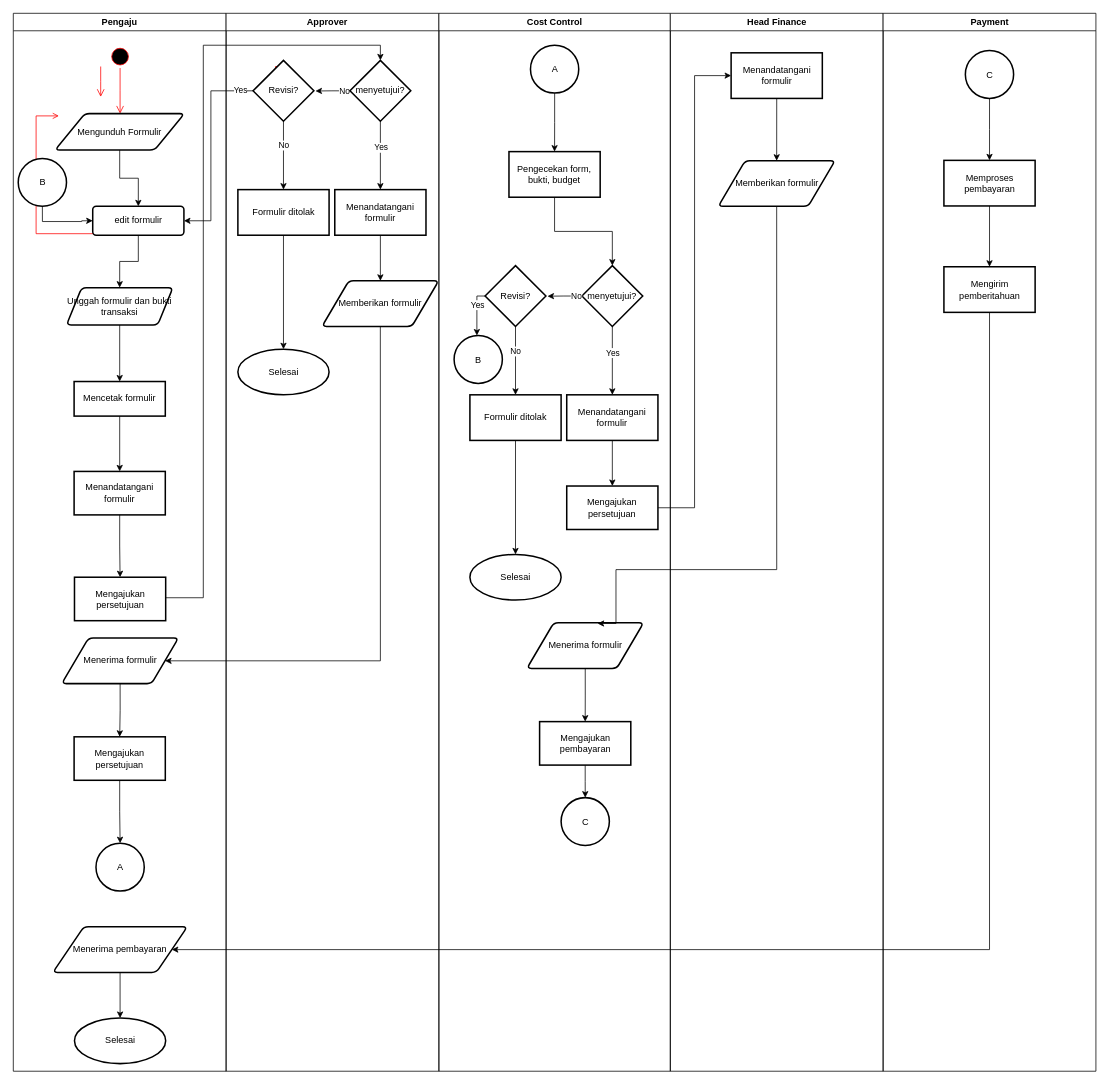
Above: system-before.drawio in raflialkindhi/graph-save (draw.io), before the change. Source tidied: cells renumbered, new cells numbered last; positions are measured from the earlier drawing's top-left corner, leaving out a move shared by most shapes. Both pictures are drawn from the tidied source at 76%, with x=0, y=0 at pixel (13, 13).
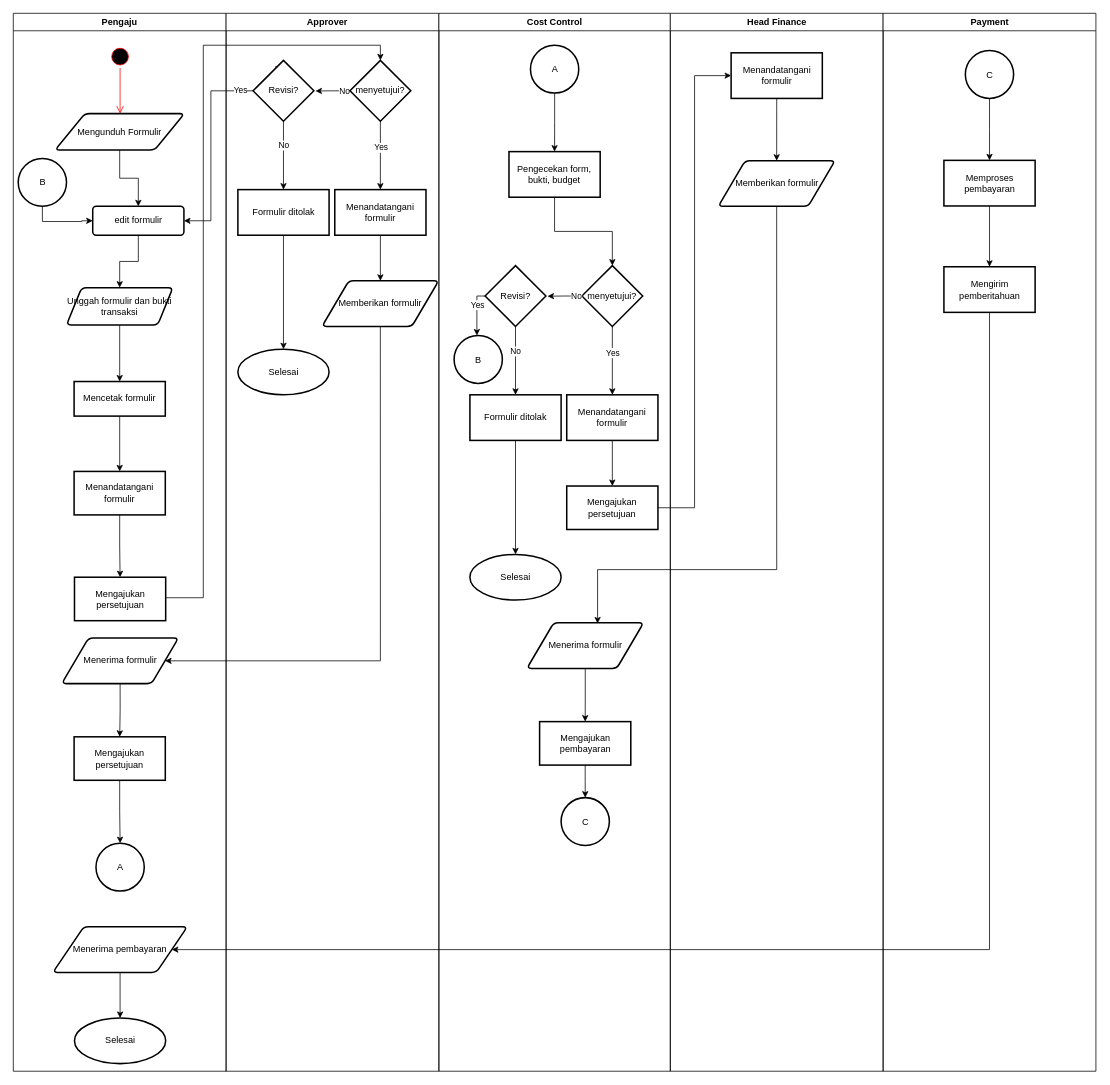
The same diagram, later.

Unchanged cells that the change refers to:
```xml
<mxCell id="2" value="Pengaju" style="swimlane;whiteSpace=wrap;" parent="1" vertex="1">
  <mxGeometry width="280" height="1392" as="geometry" />
</mxCell>
<mxCell id="65" value="Menerima formulir" style="shape=parallelogram;html=1;strokeWidth=2;perimeter=parallelogramPerimeter;whiteSpace=wrap;rounded=1;arcSize=12;size=0.23;" parent="46" vertex="1">
  <mxGeometry x="115.8" y="802" width="153.5" height="60" as="geometry" />
</mxCell>
<mxCell id="76" value="Memberikan formulir " style="shape=parallelogram;html=1;strokeWidth=2;perimeter=parallelogramPerimeter;whiteSpace=wrap;rounded=1;arcSize=12;size=0.23;" parent="73" vertex="1">
  <mxGeometry x="63.2" y="194" width="153.5" height="60" as="geometry" />
</mxCell>
```

Change to the diagram source:
```diff
@@
-    <mxCell id="3" style="edgeStyle=elbowEdgeStyle;elbow=horizontal;verticalAlign=bottom;endArrow=open;endSize=8;strokeColor=#FF0000;endFill=1;rounded=0;" parent="2" edge="1">
-      <mxGeometry x="100" y="40" as="geometry">
-        <mxPoint x="115" y="70" as="sourcePoint" />
-        <mxPoint x="115" y="110" as="targetPoint" />
-      </mxGeometry>
-    </mxCell>
@@
-    <mxCell id="6" style="edgeStyle=elbowEdgeStyle;elbow=horizontal;strokeColor=#FF0000;endArrow=open;endFill=1;rounded=0;" parent="2" edge="1">
-      <mxGeometry relative="1" as="geometry">
-        <mxPoint x="160" y="290" as="sourcePoint" />
-        <mxPoint x="60" y="135" as="targetPoint" />
-        <Array as="points">
-          <mxPoint x="30" y="250" />
-        </Array>
-      </mxGeometry>
-    </mxCell>
@@
     <mxCell id="87" style="edgeStyle=orthogonalEdgeStyle;rounded=0;jettySize=auto;html=1;exitX=0.5;exitY=1;exitDx=0;exitDy=0;entryX=0.606;entryY=0.015;entryDx=0;entryDy=0;entryPerimeter=0;" parent="1" edge="1" source="76" target="65">
       <mxGeometry relative="1" as="geometry">
         <Array as="points">
           <mxPoint x="1005" y="732" />
-          <mxPoint x="793" y="732" />
+          <mxPoint x="769" y="732" />
         </Array>
       </mxGeometry>
     </mxCell>
```
